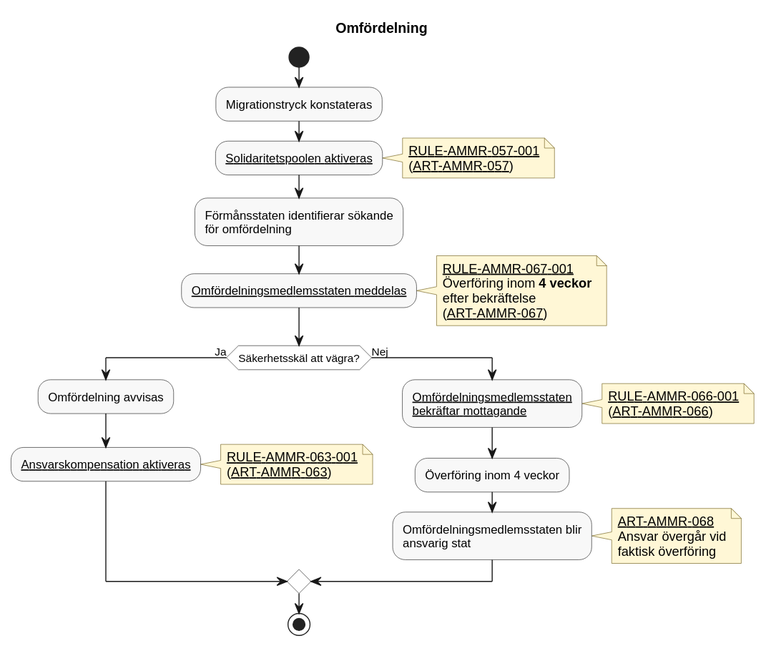
The PlantUML diagram docs/domains/solidarity/diagrams/relocation.svg in chrhe894/migration_pact, before a commit.
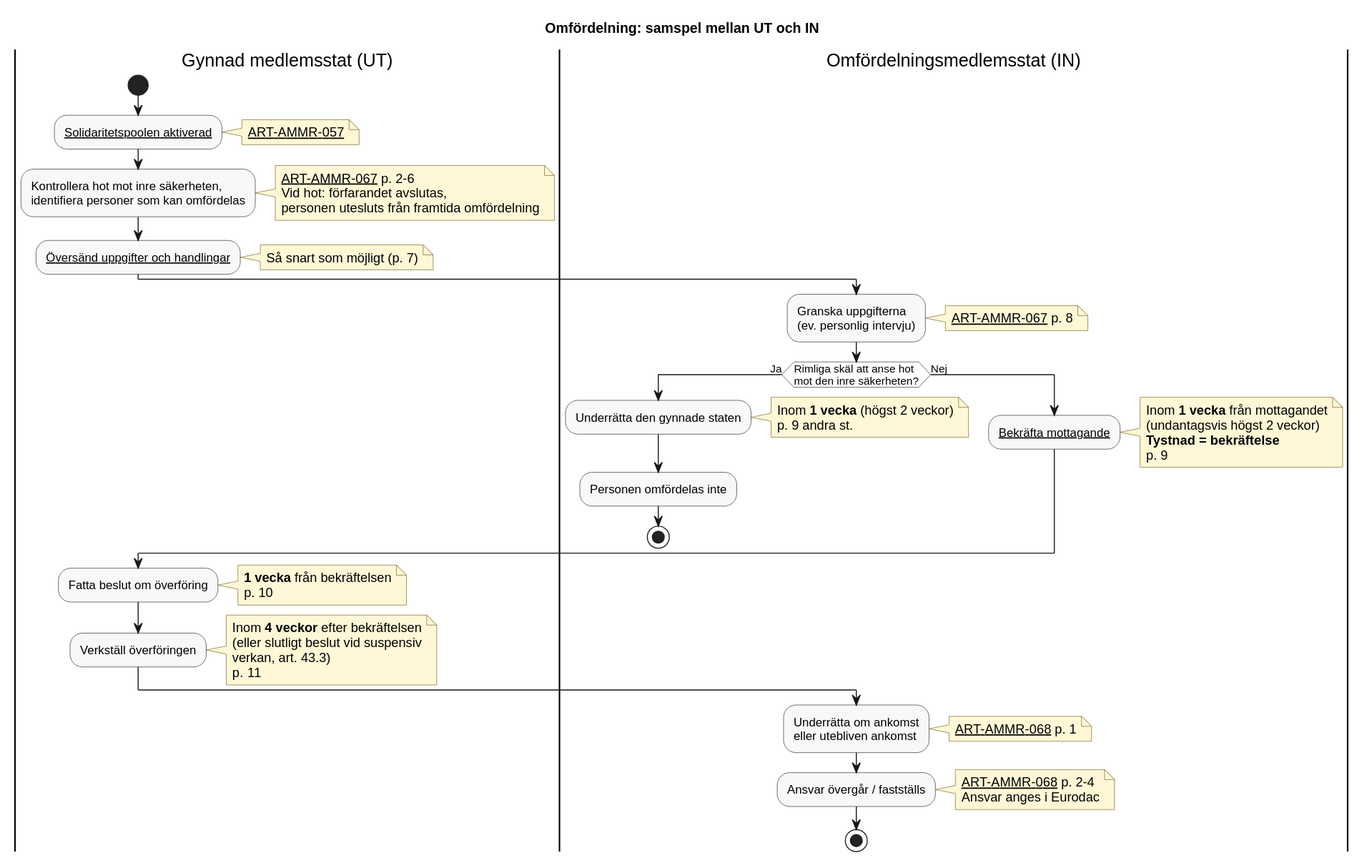
Above is the later version.

The edit, as a diff of the source:
```diff
@@ -1,5 +1,5 @@
 @startuml
-title Omfördelning
+title Omfördelning: samspel mellan UT och IN
 
 skinparam shadowing false
 skinparam HyperlinkColor Black
@@ -16,54 +16,76 @@
   BorderColor #7A6A2A
 }
 
+|Gynnad medlemsstat (UT)|
 start
 
-:Migrationstryck konstateras;
-
-:[[../rules/rule-ammr-057-001.md Solidaritetspoolen aktiveras]];
+:[[../rules/rule-ammr-057-001.md Solidaritetspoolen aktiverad]];
 note right
-  [[../rules/rule-ammr-057-001.md RULE-AMMR-057-001]]
-  ([[../articles/ammr-057.md ART-AMMR-057]])
+  [[../articles/ammr-057.md ART-AMMR-057]]
 end note
 
-:Förmånsstaten identifierar sökande\nför omfördelning;
-
-:[[../rules/rule-ammr-067-001.md Omfördelningsmedlemsstaten meddelas]];
+:Kontrollera hot mot inre säkerheten,\nidentifiera personer som kan omfördelas;
 note right
-  [[../rules/rule-ammr-067-001.md RULE-AMMR-067-001]]
-  Överföring inom **4 veckor**
-  efter bekräftelse
-  ([[../articles/ammr-067.md ART-AMMR-067]])
+  [[../articles/ammr-067.md ART-AMMR-067]] p. 2-6
+  Vid hot: förfarandet avslutas,
+  personen utesluts från framtida omfördelning
 end note
 
-if (Säkerhetsskäl att vägra?) then (Ja)
+:[[../rules/rule-ammr-067-001.md Översänd uppgifter och handlingar]];
+note right
+  Så snart som möjligt (p. 7)
+end note
 
-    :Omfördelning avvisas;
+|Omfördelningsmedlemsstat (IN)|
+:Granska uppgifterna\n(ev. personlig intervju);
+note right
+  [[../articles/ammr-067.md ART-AMMR-067]] p. 8
+end note
 
-    :[[../rules/rule-ammr-063-001.md Ansvarskompensation aktiveras]];
-    note right
-      [[../rules/rule-ammr-063-001.md RULE-AMMR-063-001]]
-      ([[../articles/ammr-063.md ART-AMMR-063]])
-    end note
+if (Rimliga skäl att anse hot\nmot den inre säkerheten?) then (Ja)
+  :Underrätta den gynnade staten;
+  note right
+    Inom **1 vecka** (högst 2 veckor)
+    p. 9 andra st.
+  end note
+  :Personen omfördelas inte;
+  stop
+else (Nej)
+  :[[../rules/rule-ammr-067-001.md Bekräfta mottagande]];
+  note right
+    Inom **1 vecka** från mottagandet
+    (undantagsvis högst 2 veckor)
+    **Tystnad = bekräftelse**
+    p. 9
+  end note
+endif
 
-else (Nej)
+|Gynnad medlemsstat (UT)|
+:Fatta beslut om överföring;
+note right
+  **1 vecka** från bekräftelsen
+  p. 10
+end note
 
-    :[[../rules/rule-ammr-066-001.md Omfördelningsmedlemsstaten\nbekräftar mottagande]];
-    note right
-      [[../rules/rule-ammr-066-001.md RULE-AMMR-066-001]]
-      ([[../articles/ammr-066.md ART-AMMR-066]])
-    end note
+:Verkställ överföringen;
+note right
+  Inom **4 veckor** efter bekräftelsen
+  (eller slutligt beslut vid suspensiv
+  verkan, art. 43.3)
+  p. 11
+end note
 
-    :Överföring inom 4 veckor;
+|Omfördelningsmedlemsstat (IN)|
+:Underrätta om ankomst\neller utebliven ankomst;
+note right
+  [[../articles/ammr-068.md ART-AMMR-068]] p. 1
+end note
 
-    :Omfördelningsmedlemsstaten blir\nansvarig stat;
-    note right
-      [[../articles/ammr-068.md ART-AMMR-068]]
-      Ansvar övergår vid
-      faktisk överföring
-    end note
-
-endif
+:Ansvar övergår / fastställs;
+note right
+  [[../articles/ammr-068.md ART-AMMR-068]] p. 2-4
+  Ansvar anges i Eurodac
+end note
 
 stop
 @enduml
```
